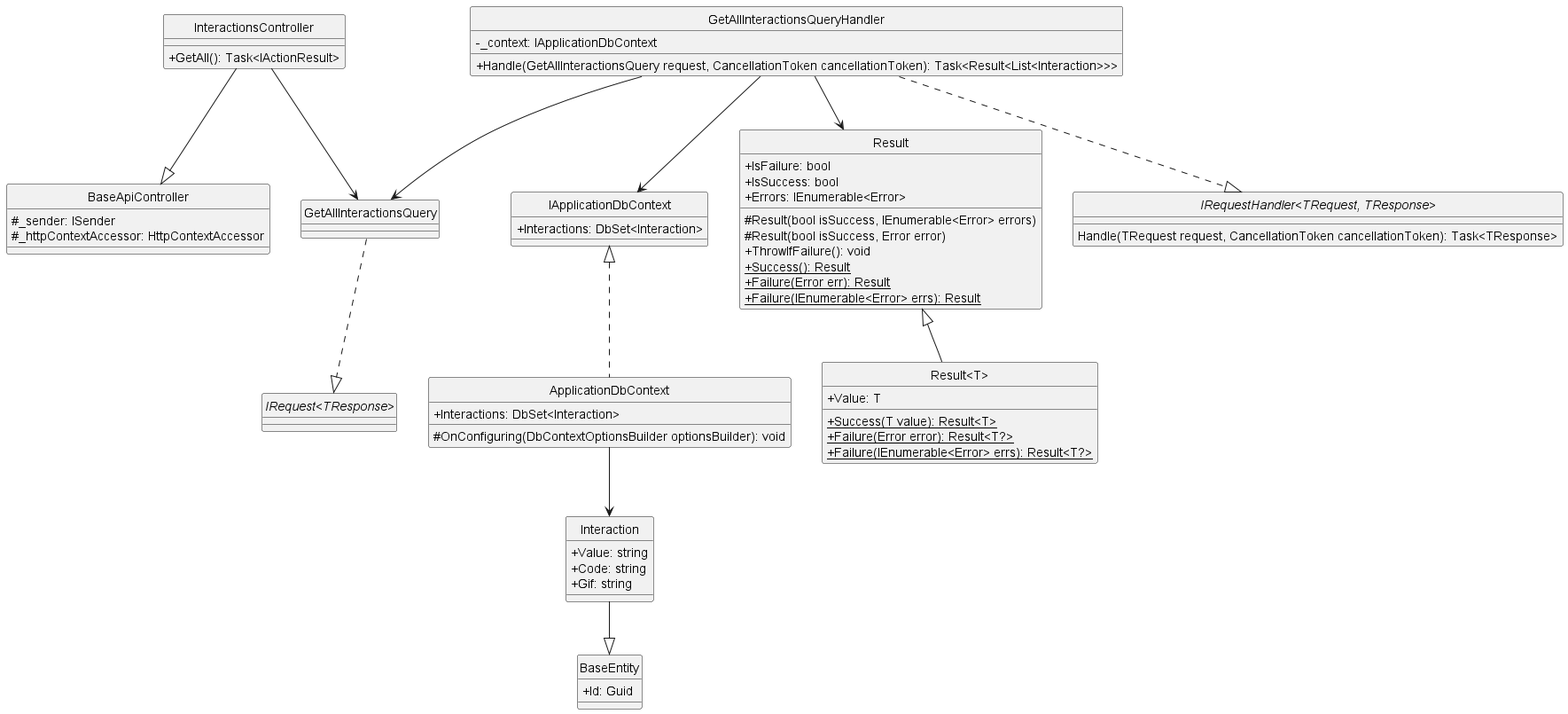
The PlantUML diagram docs/Class Diagram/Post/Interactions/GetAllInteraction/ClassDiagram/GetAllInteractions.png in Carl-Johnsons/Chat-Application, before a commit. The source it was exported from:
```plantuml
@startuml GetAllInteractions
hide circle
skinparam classAttributeIconSize 0

class BaseApiController {
    #_sender: ISender
    #_httpContextAccessor: HttpContextAccessor
}

class InteractionsController {
    +GetAll(): Task<IActionResult>
}

class GetAllInteractionsQuery {
}

class GetAllInteractionsQueryHandler {
    -_context: IApplicationDbContext
    +Handle(GetAllInteractionsQuery request, CancellationToken cancellationToken): Task<Result<List<Interaction>>>
}

class IApplicationDbContext {
    +Interactions: DbSet<Interaction>
}

class ApplicationDbContext {
    +Interactions: DbSet<Interaction>
    #OnConfiguring(DbContextOptionsBuilder optionsBuilder): void
}

class Result {
    +IsFailure: bool
    +IsSuccess: bool
    +Errors: IEnumerable<Error>
    #Result(bool isSuccess, IEnumerable<Error> errors)
    #Result(bool isSuccess, Error error)
    +ThrowIfFailure(): void
    +{static} Success(): Result
    +{static} Failure(Error err): Result
    +{static} Failure(IEnumerable<Error> errs): Result
}

class "Result<T>" {
    +Value: T
    +{static} Success(T value): Result<T>
    +{static} Failure(Error error): Result<T?>
    +{static} Failure(IEnumerable<Error> errs): Result<T?>
}

class BaseEntity {
    +Id: Guid
}

class Interaction {
    +Value: string
    +Code: string
    +Gif: string
}

interface "IRequest<TResponse>"
interface "IRequestHandler<TRequest, TResponse>"{
    Handle(TRequest request, CancellationToken cancellationToken): Task<TResponse>
}

InteractionsController --|> BaseApiController
InteractionsController --> GetAllInteractionsQuery
GetAllInteractionsQuery ..|> "IRequest<TResponse>"
GetAllInteractionsQueryHandler ..|> "IRequestHandler<TRequest, TResponse>"
GetAllInteractionsQueryHandler --> GetAllInteractionsQuery
GetAllInteractionsQueryHandler --> Result
GetAllInteractionsQueryHandler --> IApplicationDbContext
Result <|-- "Result<T>"
Interaction --|> BaseEntity
IApplicationDbContext <|.. ApplicationDbContext
ApplicationDbContext --> Interaction
@enduml
```
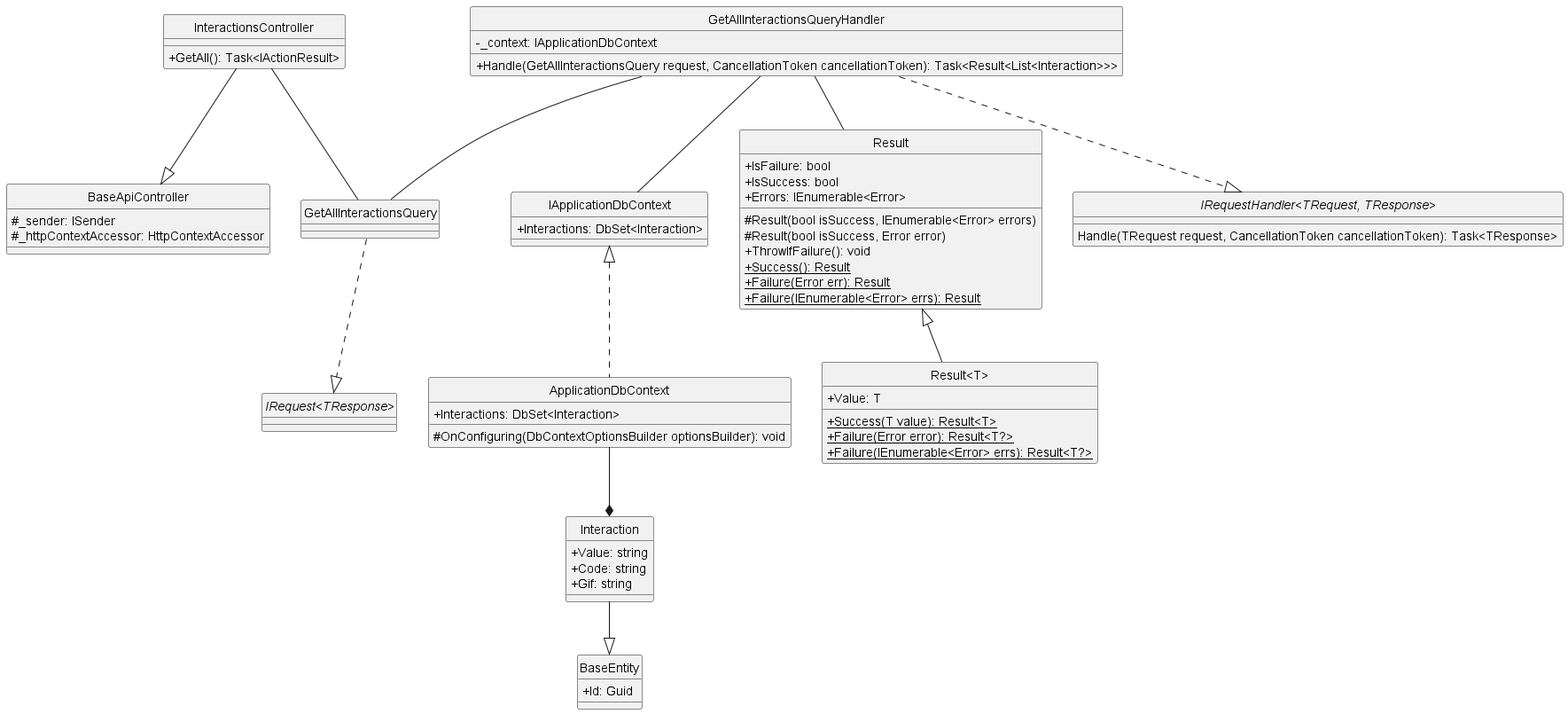
After the change.

What changed in the source:
```diff
@@ -63,14 +63,14 @@
 }
 
 InteractionsController --|> BaseApiController
-InteractionsController --> GetAllInteractionsQuery
+InteractionsController -- GetAllInteractionsQuery
 GetAllInteractionsQuery ..|> "IRequest<TResponse>"
 GetAllInteractionsQueryHandler ..|> "IRequestHandler<TRequest, TResponse>"
-GetAllInteractionsQueryHandler --> GetAllInteractionsQuery
-GetAllInteractionsQueryHandler --> Result
-GetAllInteractionsQueryHandler --> IApplicationDbContext
+GetAllInteractionsQueryHandler -- GetAllInteractionsQuery
+GetAllInteractionsQueryHandler -- Result
+GetAllInteractionsQueryHandler -- IApplicationDbContext
 Result <|-- "Result<T>"
 Interaction --|> BaseEntity
 IApplicationDbContext <|.. ApplicationDbContext
-ApplicationDbContext --> Interaction
+ApplicationDbContext --* Interaction
 @enduml
```
